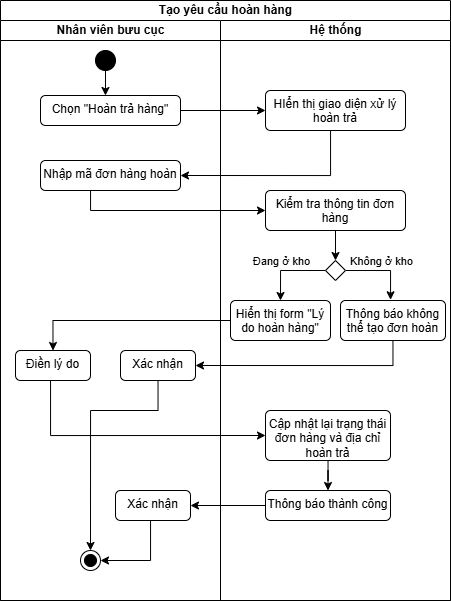
Before: Activity Diagram/AD Tạo yêu cầu hoàn hàng (ref).png, a diagram exported from draw.io (IT3120-Phan-tich-va-thi-t-k-h-th-ng/BTL). Source tidied: cells renumbered, new cells last; positions are measured from the earlier drawing's top-left corner, leaving out a move shared by most shapes. Its diagram source:
```xml
<mxGraphModel>
  <root>
    <mxCell id="0" />
    <mxCell id="1" parent="0" />
    <mxCell id="2" value="Tạo yêu cầu hoàn hàng" style="swimlane;startSize=20;html=1;" parent="1" vertex="1">
      <mxGeometry width="450" height="600" as="geometry" />
    </mxCell>
    <mxCell id="3" value="Nhân viên bưu cục" style="swimlane;startSize=20;html=1;" parent="2" vertex="1">
      <mxGeometry y="20" width="220" height="580" as="geometry" />
    </mxCell>
    <mxCell id="4" value="Chọn &quot;Hoàn trả hàng&quot;" style="html=1;align=center;verticalAlign=top;rounded=1;absoluteArcSize=1;arcSize=10;dashed=0;whiteSpace=wrap;" parent="3" vertex="1">
      <mxGeometry x="40" y="75" width="140" height="30" as="geometry" />
    </mxCell>
    <mxCell id="5" value="Nhập mã đơn hàng hoàn" style="html=1;align=center;verticalAlign=top;rounded=1;absoluteArcSize=1;arcSize=10;dashed=0;whiteSpace=wrap;" parent="3" vertex="1">
      <mxGeometry x="40" y="140" width="140" height="30" as="geometry" />
    </mxCell>
    <mxCell id="6" style="ellipse;fillColor=strokeColor;html=1;" parent="3" vertex="1">
      <mxGeometry x="95" y="30" width="20" height="20" as="geometry" />
    </mxCell>
    <mxCell id="7" style="edgeStyle=orthogonalEdgeStyle;rounded=0;jettySize=auto;html=1;entryX=0.464;entryY=0;entryDx=0;entryDy=0;entryPerimeter=0;" parent="3" edge="1" source="6" target="4">
      <mxGeometry relative="1" as="geometry" />
    </mxCell>
    <mxCell id="8" value="Điền lý do" style="html=1;align=center;verticalAlign=top;rounded=1;absoluteArcSize=1;arcSize=10;dashed=0;whiteSpace=wrap;" parent="3" vertex="1">
      <mxGeometry x="15" y="330" width="75" height="30" as="geometry" />
    </mxCell>
    <mxCell id="9" style="edgeStyle=orthogonalEdgeStyle;rounded=0;jettySize=auto;html=1;entryX=0.5;entryY=0;entryDx=0;entryDy=0;" parent="3" edge="1" source="10" target="13">
      <mxGeometry relative="1" as="geometry">
        <Array as="points">
          <mxPoint x="157" y="390" />
          <mxPoint x="90" y="390" />
        </Array>
      </mxGeometry>
    </mxCell>
    <mxCell id="10" value="Xác nhận" style="html=1;align=center;verticalAlign=top;rounded=1;absoluteArcSize=1;arcSize=10;dashed=0;whiteSpace=wrap;" parent="3" vertex="1">
      <mxGeometry x="120" y="330" width="75" height="30" as="geometry" />
    </mxCell>
    <mxCell id="11" style="edgeStyle=orthogonalEdgeStyle;rounded=0;jettySize=auto;html=1;entryX=1;entryY=0.5;entryDx=0;entryDy=0;" parent="3" edge="1" source="12" target="13">
      <mxGeometry relative="1" as="geometry">
        <Array as="points">
          <mxPoint x="150" y="540" />
        </Array>
      </mxGeometry>
    </mxCell>
    <mxCell id="12" value="Xác nhận" style="html=1;align=center;verticalAlign=top;rounded=1;absoluteArcSize=1;arcSize=10;dashed=0;whiteSpace=wrap;" parent="3" vertex="1">
      <mxGeometry x="115" y="470" width="75" height="30" as="geometry" />
    </mxCell>
    <mxCell id="13" style="ellipse;html=1;shape=endState;fillColor=strokeColor;" parent="3" vertex="1">
      <mxGeometry x="80" y="530" width="20" height="20" as="geometry" />
    </mxCell>
    <mxCell id="14" style="edgeStyle=orthogonalEdgeStyle;rounded=0;jettySize=auto;html=1;entryX=0;entryY=0.5;entryDx=0;entryDy=0;" parent="2" edge="1" source="4" target="22">
      <mxGeometry relative="1" as="geometry" />
    </mxCell>
    <mxCell id="15" style="edgeStyle=orthogonalEdgeStyle;rounded=0;jettySize=auto;html=1;entryX=1;entryY=0.5;entryDx=0;entryDy=0;" parent="2" edge="1" source="22" target="5">
      <mxGeometry relative="1" as="geometry">
        <Array as="points">
          <mxPoint x="330" y="175" />
        </Array>
      </mxGeometry>
    </mxCell>
    <mxCell id="16" style="edgeStyle=orthogonalEdgeStyle;rounded=0;jettySize=auto;html=1;entryX=0;entryY=0.5;entryDx=0;entryDy=0;" parent="2" edge="1" source="5" target="24">
      <mxGeometry relative="1" as="geometry">
        <Array as="points">
          <mxPoint x="90" y="210" />
        </Array>
      </mxGeometry>
    </mxCell>
    <mxCell id="17" style="edgeStyle=orthogonalEdgeStyle;rounded=0;jettySize=auto;html=1;entryX=0.5;entryY=0;entryDx=0;entryDy=0;" parent="2" edge="1" source="31" target="8">
      <mxGeometry relative="1" as="geometry" />
    </mxCell>
    <mxCell id="18" style="edgeStyle=orthogonalEdgeStyle;rounded=0;jettySize=auto;html=1;entryX=1;entryY=0.5;entryDx=0;entryDy=0;" parent="2" edge="1" source="30" target="10">
      <mxGeometry relative="1" as="geometry">
        <Array as="points">
          <mxPoint x="393" y="365" />
        </Array>
      </mxGeometry>
    </mxCell>
    <mxCell id="19" style="edgeStyle=orthogonalEdgeStyle;rounded=0;jettySize=auto;html=1;entryX=0;entryY=0.5;entryDx=0;entryDy=0;" parent="2" edge="1" source="8" target="33">
      <mxGeometry relative="1" as="geometry">
        <Array as="points">
          <mxPoint x="50" y="435" />
        </Array>
      </mxGeometry>
    </mxCell>
    <mxCell id="20" style="edgeStyle=orthogonalEdgeStyle;rounded=0;jettySize=auto;html=1;entryX=1;entryY=0.5;entryDx=0;entryDy=0;" parent="2" edge="1" source="34" target="12">
      <mxGeometry relative="1" as="geometry" />
    </mxCell>
    <mxCell id="21" value="Hệ thống" style="swimlane;startSize=20;html=1;" parent="2" vertex="1">
      <mxGeometry x="220" y="20" width="230" height="580" as="geometry" />
    </mxCell>
    <mxCell id="22" value="HIển thị giao diện xử lý hoàn trả" style="html=1;align=center;verticalAlign=top;rounded=1;absoluteArcSize=1;arcSize=10;dashed=0;whiteSpace=wrap;" parent="21" vertex="1">
      <mxGeometry x="45" y="70" width="140" height="40" as="geometry" />
    </mxCell>
    <mxCell id="23" style="edgeStyle=orthogonalEdgeStyle;rounded=0;jettySize=auto;html=1;entryX=0.5;entryY=0;entryDx=0;entryDy=0;" parent="21" edge="1" source="24" target="29">
      <mxGeometry relative="1" as="geometry" />
    </mxCell>
    <mxCell id="24" value="Kiểm tra thông tin đơn hàng" style="html=1;align=center;verticalAlign=top;rounded=1;absoluteArcSize=1;arcSize=10;dashed=0;whiteSpace=wrap;" parent="21" vertex="1">
      <mxGeometry x="45" y="170" width="140" height="40" as="geometry" />
    </mxCell>
    <mxCell id="25" style="edgeStyle=orthogonalEdgeStyle;rounded=0;jettySize=auto;html=1;entryX=0.484;entryY=-0.018;entryDx=0;entryDy=0;entryPerimeter=0;" parent="21" edge="1" source="29" target="30">
      <mxGeometry relative="1" as="geometry">
        <Array as="points">
          <mxPoint x="170" y="250" />
          <mxPoint x="170" y="279" />
        </Array>
      </mxGeometry>
    </mxCell>
    <mxCell id="26" value="Không ở kho" style="edgeLabel;html=1;align=center;verticalAlign=middle;" parent="25" vertex="1">
      <mxGeometry x="-0.35" y="2" relative="1" as="geometry">
        <mxPoint x="11" y="-8" as="offset" />
      </mxGeometry>
    </mxCell>
    <mxCell id="27" style="edgeStyle=orthogonalEdgeStyle;rounded=0;jettySize=auto;html=1;entryX=0.5;entryY=0;entryDx=0;entryDy=0;" parent="21" edge="1" source="29" target="31">
      <mxGeometry relative="1" as="geometry">
        <Array as="points">
          <mxPoint x="60" y="250" />
        </Array>
      </mxGeometry>
    </mxCell>
    <mxCell id="28" value="Đang ở kho" style="edgeLabel;html=1;align=center;verticalAlign=middle;" parent="27" vertex="1">
      <mxGeometry x="-0.15" y="2" relative="1" as="geometry">
        <mxPoint x="-13" y="-12" as="offset" />
      </mxGeometry>
    </mxCell>
    <mxCell id="29" style="rhombus;" parent="21" vertex="1">
      <mxGeometry x="105" y="240" width="20" height="20" as="geometry" />
    </mxCell>
    <mxCell id="30" value="Thông báo không thể tạo đơn hoàn" style="html=1;align=center;verticalAlign=top;rounded=1;absoluteArcSize=1;arcSize=10;dashed=0;whiteSpace=wrap;" parent="21" vertex="1">
      <mxGeometry x="120" y="280" width="105" height="40" as="geometry" />
    </mxCell>
    <mxCell id="31" value="Hiển thị form &quot;Lý do hoàn hàng&quot;" style="html=1;align=center;verticalAlign=top;rounded=1;absoluteArcSize=1;arcSize=10;dashed=0;whiteSpace=wrap;" parent="21" vertex="1">
      <mxGeometry x="10" y="280" width="100" height="40" as="geometry" />
    </mxCell>
    <mxCell id="32" style="edgeStyle=orthogonalEdgeStyle;rounded=0;jettySize=auto;html=1;entryX=0.5;entryY=0;entryDx=0;entryDy=0;" parent="21" edge="1" source="33" target="34">
      <mxGeometry relative="1" as="geometry" />
    </mxCell>
    <mxCell id="33" value="Cập nhật lại trạng thái đơn hàng và địa chỉ hoàn trả" style="html=1;align=center;verticalAlign=top;rounded=1;absoluteArcSize=1;arcSize=10;dashed=0;whiteSpace=wrap;" parent="21" vertex="1">
      <mxGeometry x="45" y="390" width="125" height="50" as="geometry" />
    </mxCell>
    <mxCell id="34" value="Thông báo thành công" style="html=1;align=center;verticalAlign=top;rounded=1;absoluteArcSize=1;arcSize=10;dashed=0;whiteSpace=wrap;" parent="21" vertex="1">
      <mxGeometry x="45" y="470" width="125" height="30" as="geometry" />
    </mxCell>
  </root>
</mxGraphModel>
```
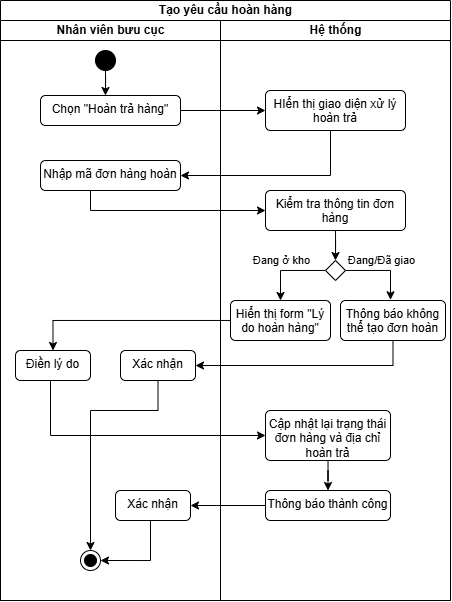
The same diagram one commit later.

What changed in the source:
```diff
@@ -104,7 +104,7 @@
         </Array>
       </mxGeometry>
     </mxCell>
-    <mxCell id="26" value="Không ở kho" style="edgeLabel;html=1;align=center;verticalAlign=middle;" parent="25" vertex="1">
+    <mxCell id="26" value="Đang/Đã giao" style="edgeLabel;html=1;align=center;verticalAlign=middle;" parent="25" vertex="1">
       <mxGeometry x="-0.35" y="2" relative="1" as="geometry">
         <mxPoint x="11" y="-8" as="offset" />
       </mxGeometry>
```
